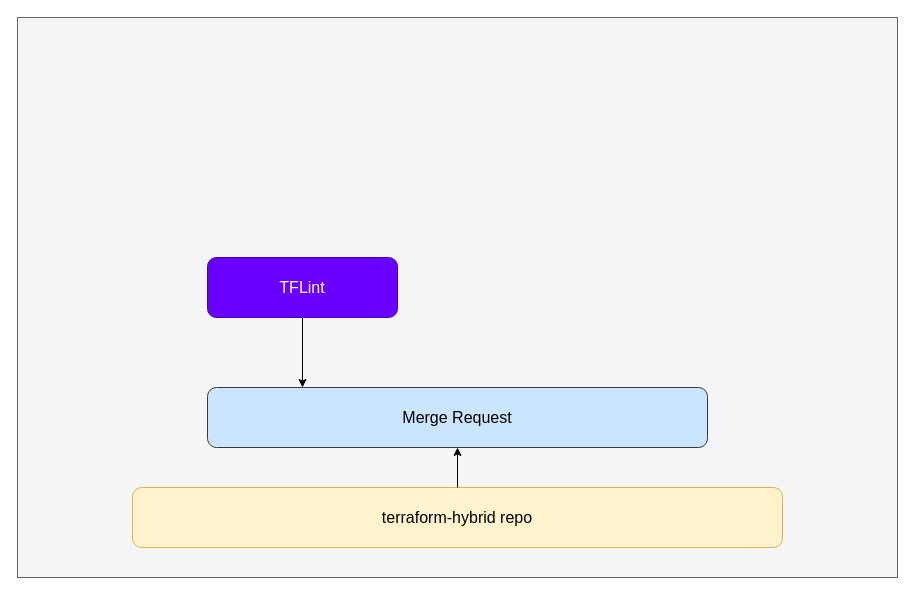
Earlier version of the draw.io diagram tflint-reviewdog.drawio (YanshanSong/draw.io). Source tidied: cells renumbered, new cells numbered last; positions are measured from the earlier drawing's top-left corner, leaving out a move shared by most shapes. Both pictures are drawn from the tidied source at 100%, with x=0, y=0 at pixel (17, 17).
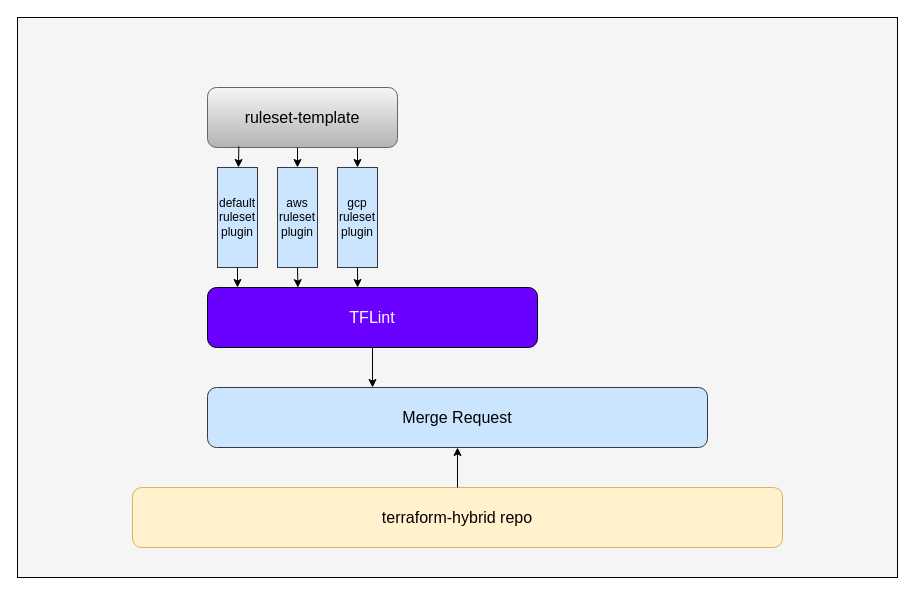
The same page after the edit.

Unchanged cells that the change refers to:
```xml
<mxCell id="4" value="&lt;font style=&quot;font-size: 16px;&quot;&gt;Merge Request&lt;/font&gt;" style="rounded=1;whiteSpace=wrap;html=1;fillColor=#cce5ff;strokeColor=#36393d;" parent="1" vertex="1">
  <mxGeometry x="190" y="370" width="500" height="60" as="geometry" />
</mxCell>
```

What changed in the source:
```diff
@@
-    <mxCell id="2" style="rounded=0;whiteSpace=wrap;html=1;fillColor=#f5f5f5;fontColor=#333333;strokeColor=#666666;gradientColor=none;glass=0;shadow=0;" parent="1" vertex="1">
+    <mxCell id="2" style="rounded=0;whiteSpace=wrap;html=1;fillColor=#f5f5f5;fontColor=#333333;strokeColor=#000000;gradientColor=none;glass=0;shadow=0;" parent="1" vertex="1">
       <mxGeometry width="880" height="560" as="geometry" />
     </mxCell>
@@
-    <mxCell id="6" value="&lt;font style=&quot;font-size: 16px;&quot;&gt;TFLint&lt;/font&gt;" style="rounded=1;whiteSpace=wrap;html=1;fillColor=#6a00ff;fontColor=#ffffff;strokeColor=#3700CC;gradientColor=none;" parent="1" vertex="1">
-      <mxGeometry x="190" y="240" width="190" height="60" as="geometry" />
+    <mxCell id="6" value="&lt;font style=&quot;font-size: 16px;&quot;&gt;TFLint&lt;/font&gt;" style="rounded=1;whiteSpace=wrap;html=1;fillColor=#6a00ff;fontColor=#ffffff;strokeColor=#000000;gradientColor=none;" parent="1" vertex="1">
+      <mxGeometry x="190" y="270" width="330" height="60" as="geometry" />
     </mxCell>
-    <mxCell id="7" style="endArrow=classic;html=1;rounded=0;exitX=0.5;exitY=1;exitDx=0;exitDy=0;entryX=0.19;entryY=0;entryDx=0;entryDy=0;entryPerimeter=0;" parent="1" edge="1" source="6" target="4">
-      <mxGeometry relative="1" as="geometry" />
+    <mxCell id="7" style="endArrow=classic;html=1;rounded=0;exitX=0.5;exitY=1;exitDx=0;exitDy=0;" parent="1" edge="1" source="6">
+      <mxGeometry relative="1" as="geometry">
+        <mxPoint x="355" y="370" as="targetPoint" />
+      </mxGeometry>
     </mxCell>
+    <mxCell id="8" value="&lt;span style=&quot;font-size: 16px;&quot;&gt;ruleset-template&lt;/span&gt;" style="rounded=1;whiteSpace=wrap;html=1;fillColor=#f5f5f5;strokeColor=#666666;gradientColor=#b3b3b3;" parent="1" vertex="1">
+      <mxGeometry x="190" y="70" width="190" height="60" as="geometry" />
+    </mxCell>
+    <mxCell id="9" value="default&lt;br&gt;ruleset&lt;br&gt;plugin" style="rounded=0;whiteSpace=wrap;html=1;fillColor=#cce5ff;strokeColor=#36393d;" parent="1" vertex="1">
+      <mxGeometry x="200" y="150" width="40" height="100" as="geometry" />
+    </mxCell>
+    <mxCell id="10" value="aws&lt;br&gt;ruleset&lt;br&gt;plugin" style="rounded=0;whiteSpace=wrap;html=1;fillColor=#cce5ff;strokeColor=#36393d;" parent="1" vertex="1">
+      <mxGeometry x="260" y="150" width="40" height="100" as="geometry" />
+    </mxCell>
+    <mxCell id="11" value="gcp&lt;br&gt;ruleset&lt;br&gt;plugin" style="rounded=0;whiteSpace=wrap;html=1;fillColor=#cce5ff;strokeColor=#36393d;" parent="1" vertex="1">
+      <mxGeometry x="320" y="150" width="40" height="100" as="geometry" />
+    </mxCell>
+    <mxCell id="12" style="endArrow=classic;html=1;rounded=0;exitX=0.165;exitY=0.983;exitDx=0;exitDy=0;exitPerimeter=0;" parent="1" edge="1" source="8" target="9">
+      <mxGeometry relative="1" as="geometry" />
+    </mxCell>
+    <mxCell id="13" style="endArrow=classic;html=1;rounded=0;entryX=0.5;entryY=0;entryDx=0;entryDy=0;" parent="1" edge="1" target="10">
+      <mxGeometry relative="1" as="geometry">
+        <mxPoint x="280" y="130" as="sourcePoint" />
+      </mxGeometry>
+    </mxCell>
+    <mxCell id="14" style="endArrow=classic;html=1;rounded=0;entryX=0.5;entryY=0;entryDx=0;entryDy=0;" parent="1" edge="1" target="11">
+      <mxGeometry relative="1" as="geometry">
+        <mxPoint x="340" y="130" as="sourcePoint" />
+      </mxGeometry>
+    </mxCell>
+    <mxCell id="15" style="endArrow=classic;html=1;rounded=0;exitX=0.5;exitY=1;exitDx=0;exitDy=0;" parent="1" edge="1" source="9">
+      <mxGeometry relative="1" as="geometry">
+        <mxPoint x="220" y="270" as="targetPoint" />
+      </mxGeometry>
+    </mxCell>
+    <mxCell id="16" style="endArrow=classic;html=1;rounded=0;exitX=0.5;exitY=1;exitDx=0;exitDy=0;entryX=0.274;entryY=0.002;entryDx=0;entryDy=0;entryPerimeter=0;" parent="1" edge="1" source="10" target="6">
+      <mxGeometry relative="1" as="geometry" />
+    </mxCell>
+    <mxCell id="17" style="endArrow=classic;html=1;rounded=0;exitX=0.5;exitY=1;exitDx=0;exitDy=0;entryX=0.455;entryY=0;entryDx=0;entryDy=0;entryPerimeter=0;" parent="1" edge="1" source="11" target="6">
+      <mxGeometry relative="1" as="geometry" />
+    </mxCell>
```
